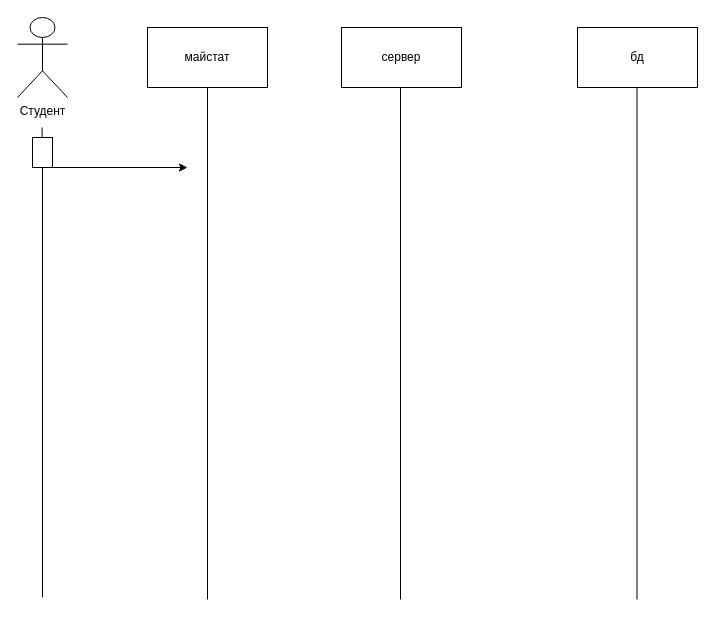
Before: загрузка домашки.drawio in maklabas/diagrams, a draw.io diagram. Source tidied: cells renumbered, new cells numbered last; positions are measured from the earlier drawing's top-left corner, leaving out a move shared by most shapes. Both pictures are drawn from the tidied source at 100%, with x=0, y=0 at pixel (17, 17).
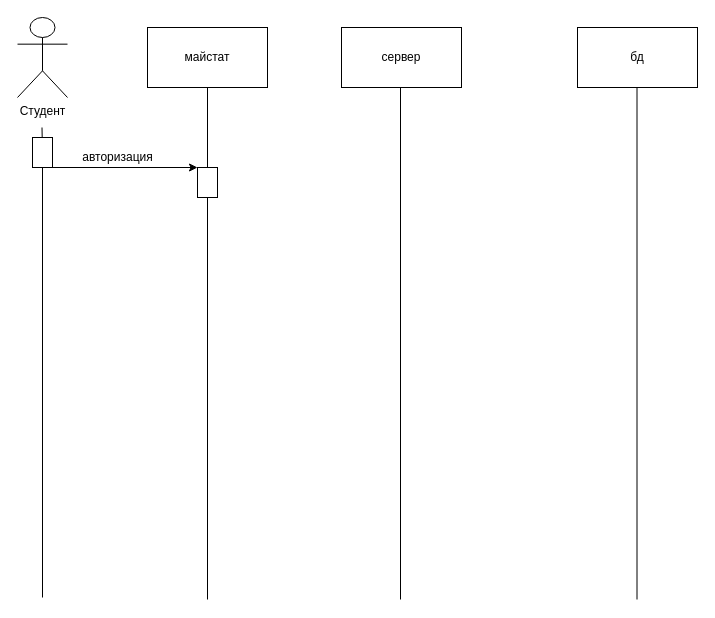
After the change.

What changed in the source:
```diff
@@
 <mxGraphModel>
   <root>
     <mxCell id="0" />
     <mxCell id="1" parent="0" />
     <mxCell id="2" value="Студент" style="shape=umlActor;verticalLabelPosition=bottom;verticalAlign=top;html=1;" parent="1" vertex="1">
       <mxGeometry width="50" height="80" as="geometry" />
     </mxCell>
     <mxCell id="3" value="майстат" style="rounded=0;whiteSpace=wrap;html=1;" parent="1" vertex="1">
       <mxGeometry x="130" y="10" width="120" height="60" as="geometry" />
     </mxCell>
     <mxCell id="4" value="сервер" style="rounded=0;whiteSpace=wrap;html=1;" parent="1" vertex="1">
       <mxGeometry x="324" y="10" width="120" height="60" as="geometry" />
     </mxCell>
     <mxCell id="5" value="бд" style="rounded=0;whiteSpace=wrap;html=1;" parent="1" vertex="1">
       <mxGeometry x="560" y="10" width="120" height="60" as="geometry" />
     </mxCell>
     <mxCell id="6" style="endArrow=none;html=1;entryX=0.5;entryY=1;entryDx=0;entryDy=0;" parent="1" edge="1" target="3">
       <mxGeometry relative="1" as="geometry">
         <mxPoint x="190" y="582" as="sourcePoint" />
       </mxGeometry>
     </mxCell>
     <mxCell id="7" style="endArrow=none;html=1;entryX=0.5;entryY=1;entryDx=0;entryDy=0;" parent="1" edge="1">
       <mxGeometry relative="1" as="geometry">
         <mxPoint x="383" y="582" as="sourcePoint" />
         <mxPoint x="383" y="70" as="targetPoint" />
       </mxGeometry>
     </mxCell>
     <mxCell id="8" style="endArrow=none;html=1;entryX=0.5;entryY=1;entryDx=0;entryDy=0;" parent="1" edge="1">
       <mxGeometry relative="1" as="geometry">
         <mxPoint x="619.5" y="582" as="sourcePoint" />
         <mxPoint x="619.5" y="70" as="targetPoint" />
       </mxGeometry>
     </mxCell>
     <mxCell id="9" style="endArrow=none;html=1;entryX=0.5;entryY=1;entryDx=0;entryDy=0;startArrow=none;" parent="1" edge="1" source="10">
       <mxGeometry relative="1" as="geometry">
         <mxPoint x="24.5" y="110" as="targetPoint" />
       </mxGeometry>
     </mxCell>
     <mxCell id="10" style="rounded=0;whiteSpace=wrap;html=1;" parent="1" vertex="1">
       <mxGeometry x="15" y="120" width="20" height="30" as="geometry" />
     </mxCell>
     <mxCell id="11" style="endArrow=none;html=1;entryX=0.5;entryY=1;entryDx=0;entryDy=0;" parent="1" edge="1" target="10">
       <mxGeometry relative="1" as="geometry">
         <mxPoint x="25" y="580" as="sourcePoint" />
       </mxGeometry>
     </mxCell>
-    <mxCell id="12" style="endArrow=classic;html=1;exitX=1;exitY=1;exitDx=0;exitDy=0;" parent="1" edge="1" source="10">
-      <mxGeometry relative="1" as="geometry">
-        <mxPoint x="170" y="150" as="targetPoint" />
-      </mxGeometry>
+    <mxCell id="12" style="endArrow=classic;html=1;exitX=1;exitY=1;exitDx=0;exitDy=0;entryX=0;entryY=0;entryDx=0;entryDy=0;" parent="1" edge="1" source="10" target="13">
+      <mxGeometry relative="1" as="geometry" />
     </mxCell>
+    <mxCell id="13" style="rounded=0;whiteSpace=wrap;html=1;" parent="1" vertex="1">
+      <mxGeometry x="180" y="150" width="20" height="30" as="geometry" />
+    </mxCell>
+    <mxCell id="14" value="авторизация" style="text;html=1;align=center;verticalAlign=middle;strokeColor=none;fillColor=none;" parent="1" vertex="1">
+      <mxGeometry x="55" y="130" width="90" height="20" as="geometry" />
+    </mxCell>
   </root>
 </mxGraphModel>
```
